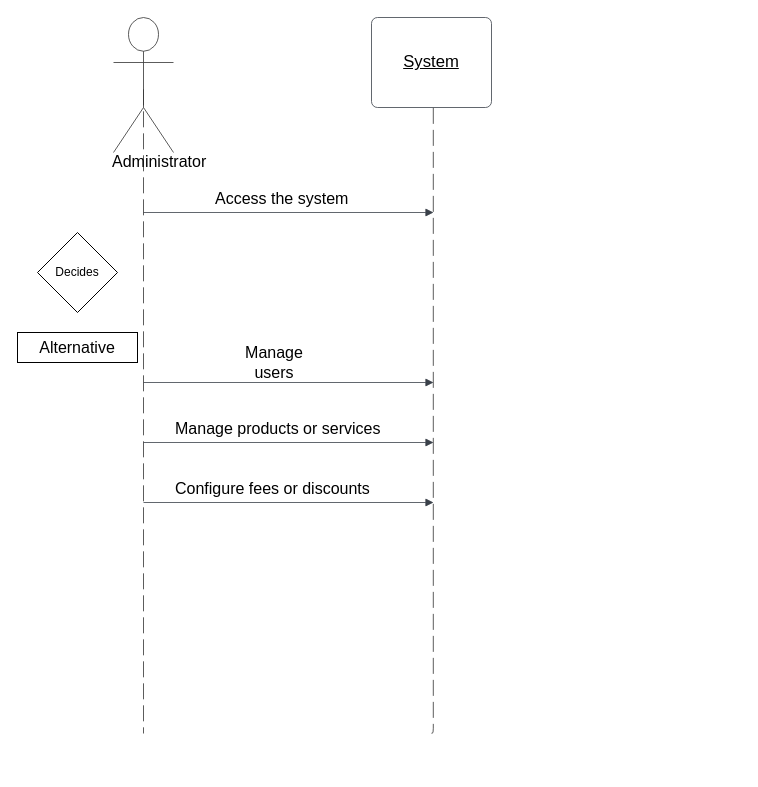
KassenkazyAlima/Business-flow-SD- keeps this draw.io diagram as Managment.drawio. Above is the earlier version. Source tidied: cells renumbered, new cells numbered last; positions are measured from the earlier drawing's top-left corner, leaving out a move shared by most shapes. Both pictures are drawn from the tidied source at 100%, with x=0, y=0 at pixel (17, 17).
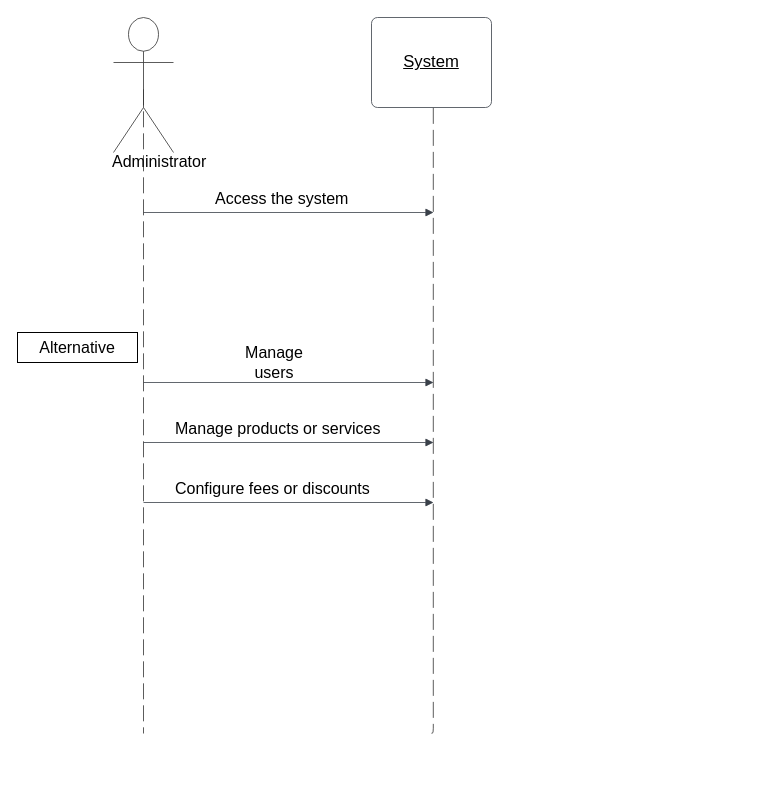
The same diagram, later.

Change to the diagram source:
```diff
@@
-    <mxCell id="14" value="Decides" style="rhombus;whiteSpace=wrap;html=1;" parent="1" vertex="1">
-      <mxGeometry x="20" y="215" width="80" height="80" as="geometry" />
-    </mxCell>
```
